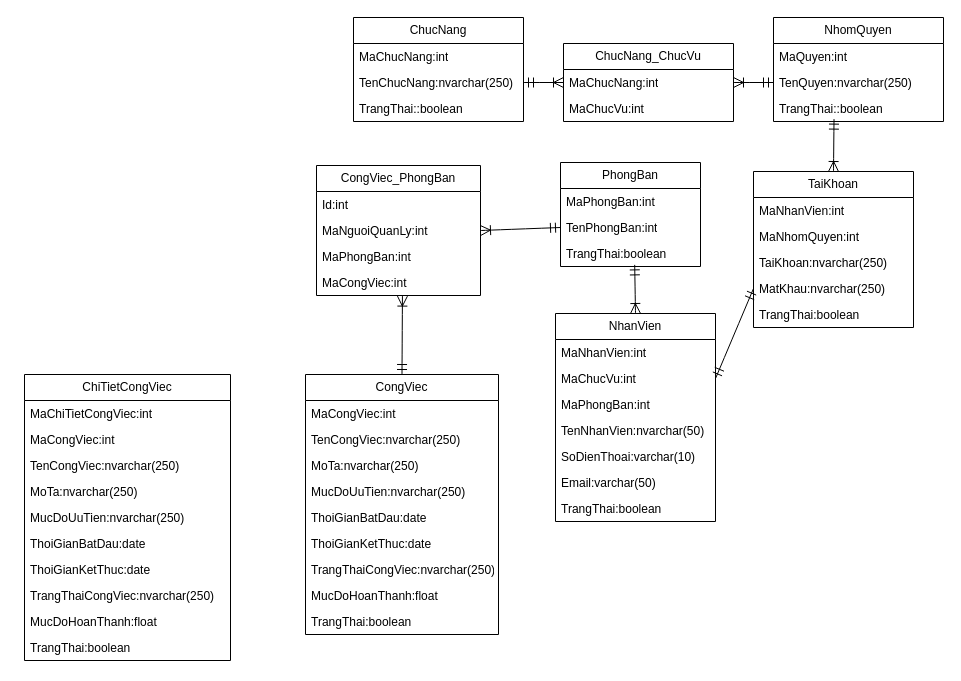
Above: dacn+.net.drawio in maivantai2003/vercelDemo (draw.io), before the change. Source tidied: cells renumbered, new cells numbered last; positions are measured from the earlier drawing's top-left corner, leaving out a move shared by most shapes. Both pictures are drawn from the tidied source at 100%, with x=0, y=0 at pixel (24, 17).
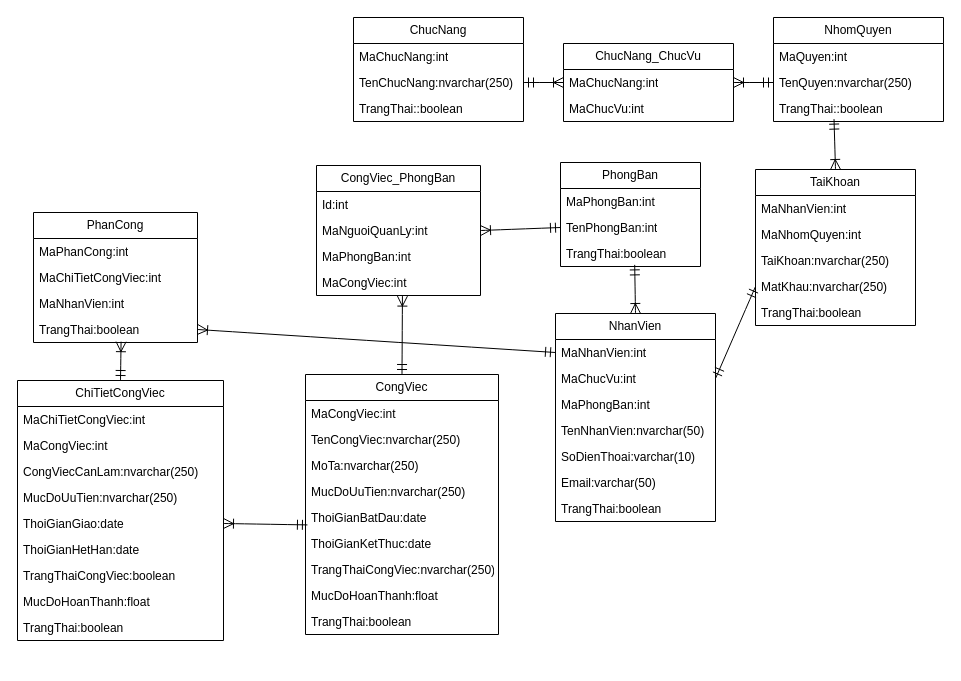
The same page after the edit.

Unchanged cells that the change refers to:
```xml
<mxCell id="18" value="ThoiGianBatDau:date" style="text;strokeColor=none;fillColor=none;align=left;verticalAlign=top;spacingLeft=4;spacingRight=4;overflow=hidden;points=[[0,0.5],[1,0.5]];portConstraint=eastwest;whiteSpace=wrap;html=1;" parent="13" vertex="1">
  <mxGeometry y="130" width="193" height="26" as="geometry" />
</mxCell>
<mxCell id="44" value="MaNhanVien:int" style="text;strokeColor=none;fillColor=none;align=left;verticalAlign=top;spacingLeft=4;spacingRight=4;overflow=hidden;points=[[0,0.5],[1,0.5]];portConstraint=eastwest;whiteSpace=wrap;html=1;" parent="43" vertex="1">
  <mxGeometry y="26" width="160" height="26" as="geometry" />
</mxCell>
```

What changed in the source:
```diff
@@
     <mxCell id="2" value="TaiKhoan" style="swimlane;fontStyle=0;horizontal=1;startSize=26;fillColor=none;whiteSpace=wrap;html=1;" parent="1" vertex="1">
-      <mxGeometry x="729" y="154" width="160" height="156" as="geometry" />
+      <mxGeometry x="731" y="152" width="160" height="156" as="geometry" />
     </mxCell>
@@
     <mxCell id="54" value="ChiTietCongViec" style="swimlane;fontStyle=0;horizontal=1;startSize=26;fillColor=none;whiteSpace=wrap;html=1;" parent="1" vertex="1">
-      <mxGeometry y="357" width="206" height="286" as="geometry" />
+      <mxGeometry x="-7" y="363" width="206" height="260" as="geometry" />
     </mxCell>
@@
-    <mxCell id="57" value="TenCongViec:nvarchar(250)" style="text;strokeColor=none;fillColor=none;align=left;verticalAlign=top;spacingLeft=4;spacingRight=4;overflow=hidden;whiteSpace=wrap;html=1;" parent="54" vertex="1">
+    <mxCell id="57" value="CongViecCanLam:nvarchar(250)" style="text;strokeColor=none;fillColor=none;align=left;verticalAlign=top;spacingLeft=4;spacingRight=4;overflow=hidden;whiteSpace=wrap;html=1;" parent="54" vertex="1">
       <mxGeometry y="78" width="206" height="26" as="geometry" />
     </mxCell>
-    <mxCell id="58" value="MoTa:nvarchar(250)" style="text;strokeColor=none;fillColor=none;align=left;verticalAlign=top;spacingLeft=4;spacingRight=4;overflow=hidden;whiteSpace=wrap;html=1;" parent="54" vertex="1">
-      <mxGeometry y="104" width="206" height="26" as="geometry" />
-    </mxCell>
     <mxCell id="59" value="MucDoUuTien:nvarchar(250)" style="text;strokeColor=none;fillColor=none;align=left;verticalAlign=top;spacingLeft=4;spacingRight=4;overflow=hidden;whiteSpace=wrap;html=1;" parent="54" vertex="1">
-      <mxGeometry y="130" width="206" height="26" as="geometry" />
+      <mxGeometry y="104" width="206" height="26" as="geometry" />
     </mxCell>
-    <mxCell id="60" value="ThoiGianBatDau:date" style="text;strokeColor=none;fillColor=none;align=left;verticalAlign=top;spacingLeft=4;spacingRight=4;overflow=hidden;points=[[0,0.5],[1,0.5]];portConstraint=eastwest;whiteSpace=wrap;html=1;" parent="54" vertex="1">
-      <mxGeometry y="156" width="206" height="26" as="geometry" />
+    <mxCell id="60" value="ThoiGianGiao:date" style="text;strokeColor=none;fillColor=none;align=left;verticalAlign=top;spacingLeft=4;spacingRight=4;overflow=hidden;points=[[0,0.5],[1,0.5]];portConstraint=eastwest;whiteSpace=wrap;html=1;" parent="54" vertex="1">
+      <mxGeometry y="130" width="206" height="26" as="geometry" />
     </mxCell>
-    <mxCell id="61" value="ThoiGianKetThuc:date" style="text;strokeColor=none;fillColor=none;align=left;verticalAlign=top;spacingLeft=4;spacingRight=4;overflow=hidden;whiteSpace=wrap;html=1;" parent="54" vertex="1">
-      <mxGeometry y="182" width="206" height="26" as="geometry" />
+    <mxCell id="61" value="ThoiGianHetHan:date" style="text;strokeColor=none;fillColor=none;align=left;verticalAlign=top;spacingLeft=4;spacingRight=4;overflow=hidden;whiteSpace=wrap;html=1;" parent="54" vertex="1">
+      <mxGeometry y="156" width="206" height="26" as="geometry" />
     </mxCell>
-    <mxCell id="62" value="TrangThaiCongViec:nvarchar(250)" style="text;strokeColor=none;fillColor=none;align=left;verticalAlign=top;spacingLeft=4;spacingRight=4;overflow=hidden;whiteSpace=wrap;html=1;" parent="54" vertex="1">
-      <mxGeometry y="208" width="206" height="26" as="geometry" />
+    <mxCell id="62" value="TrangThaiCongViec:boolean" style="text;strokeColor=none;fillColor=none;align=left;verticalAlign=top;spacingLeft=4;spacingRight=4;overflow=hidden;whiteSpace=wrap;html=1;" parent="54" vertex="1">
+      <mxGeometry y="182" width="206" height="26" as="geometry" />
     </mxCell>
     <mxCell id="63" value="MucDoHoanThanh:float" style="text;strokeColor=none;fillColor=none;align=left;verticalAlign=top;spacingLeft=4;spacingRight=4;overflow=hidden;whiteSpace=wrap;html=1;" parent="54" vertex="1">
-      <mxGeometry y="234" width="206" height="26" as="geometry" />
+      <mxGeometry y="208" width="206" height="26" as="geometry" />
     </mxCell>
     <mxCell id="64" value="TrangThai:boolean" style="text;strokeColor=none;fillColor=none;align=left;verticalAlign=top;spacingLeft=4;spacingRight=4;overflow=hidden;whiteSpace=wrap;html=1;" parent="54" vertex="1">
-      <mxGeometry y="260" width="206" height="26" as="geometry" />
+      <mxGeometry y="234" width="206" height="26" as="geometry" />
     </mxCell>
+    <mxCell id="65" style="edgeStyle=none;curved=1;rounded=0;jettySize=auto;html=1;exitX=1;exitY=0.5;exitDx=0;exitDy=0;entryX=0.01;entryY=0.785;entryDx=0;entryDy=0;entryPerimeter=0;fontSize=12;startSize=8;endSize=8;startArrow=ERoneToMany;startFill=0;endArrow=ERmandOne;endFill=0;" parent="1" edge="1" source="60" target="18">
+      <mxGeometry relative="1" as="geometry" />
+    </mxCell>
+    <mxCell id="66" value="PhanCong" style="swimlane;fontStyle=0;horizontal=1;startSize=26;fillColor=none;whiteSpace=wrap;html=1;" parent="1" vertex="1">
+      <mxGeometry x="9" y="195" width="164" height="130" as="geometry" />
+    </mxCell>
+    <mxCell id="67" value="MaPhanCong:int" style="text;strokeColor=none;fillColor=none;align=left;verticalAlign=top;spacingLeft=4;spacingRight=4;overflow=hidden;whiteSpace=wrap;html=1;" parent="66" vertex="1">
+      <mxGeometry y="26" width="164" height="26" as="geometry" />
+    </mxCell>
+    <mxCell id="68" value="MaChiTietCongViec:int" style="text;strokeColor=none;fillColor=none;align=left;verticalAlign=top;spacingLeft=4;spacingRight=4;overflow=hidden;whiteSpace=wrap;html=1;" parent="66" vertex="1">
+      <mxGeometry y="52" width="164" height="26" as="geometry" />
+    </mxCell>
+    <mxCell id="69" value="MaNhanVien:int" style="text;strokeColor=none;fillColor=none;align=left;verticalAlign=top;spacingLeft=4;spacingRight=4;overflow=hidden;whiteSpace=wrap;html=1;" parent="66" vertex="1">
+      <mxGeometry y="78" width="164" height="26" as="geometry" />
+    </mxCell>
+    <mxCell id="70" value="TrangThai:boolean" style="text;strokeColor=none;fillColor=none;align=left;verticalAlign=top;spacingLeft=4;spacingRight=4;overflow=hidden;points=[[0,0.5],[1,0.5]];portConstraint=eastwest;whiteSpace=wrap;html=1;" parent="66" vertex="1">
+      <mxGeometry y="104" width="164" height="26" as="geometry" />
+    </mxCell>
+    <mxCell id="71" style="edgeStyle=none;curved=1;rounded=0;jettySize=auto;html=1;exitX=1;exitY=0.5;exitDx=0;exitDy=0;entryX=0;entryY=0.5;entryDx=0;entryDy=0;fontSize=12;startSize=8;endSize=8;startArrow=ERoneToMany;startFill=0;endArrow=ERmandOne;endFill=0;" parent="1" edge="1" source="70" target="44">
+      <mxGeometry relative="1" as="geometry" />
+    </mxCell>
+    <mxCell id="72" style="edgeStyle=none;curved=1;rounded=0;jettySize=auto;html=1;exitX=0.5;exitY=0;exitDx=0;exitDy=0;entryX=0.534;entryY=0.969;entryDx=0;entryDy=0;entryPerimeter=0;fontSize=12;startSize=8;endSize=8;endArrow=ERoneToMany;endFill=0;startArrow=ERmandOne;startFill=0;" parent="1" edge="1" source="54" target="70">
+      <mxGeometry relative="1" as="geometry" />
+    </mxCell>
```
